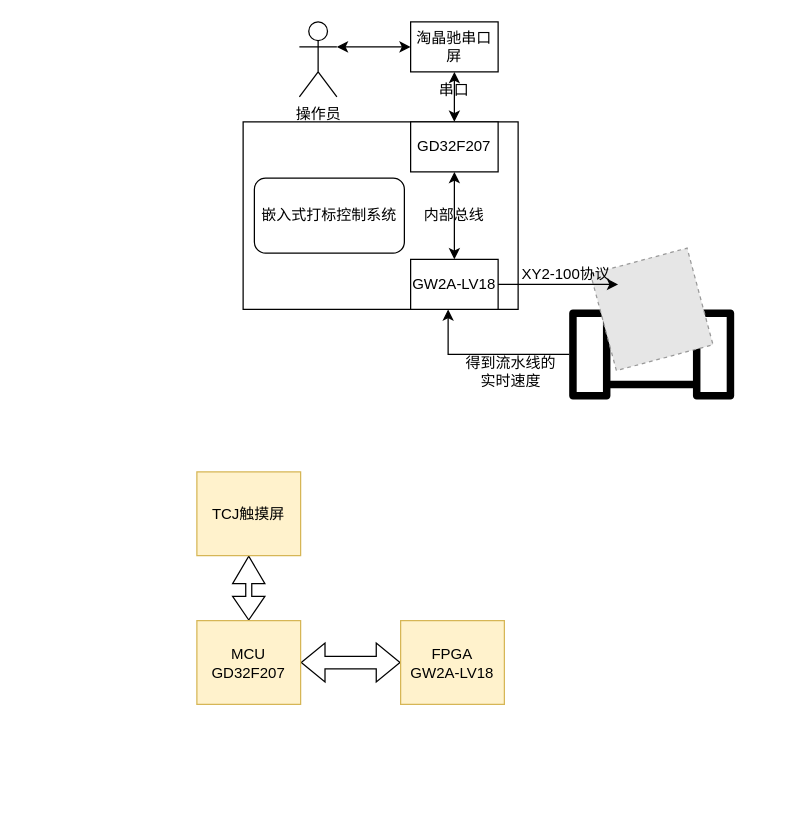
This is img/未命名绘图.drawio from ForestLH/imghost, a draw.io file, before an edit. Source tidied: cells renumbered, new cells numbered last; positions are measured from the earlier drawing's top-left corner, leaving out a move shared by most shapes. Both pictures are drawn from the tidied source at 125%, with x=0, y=0 at pixel (196, 21). Pictures stored in the file or linked from it are replaced by grey dashed boxes.
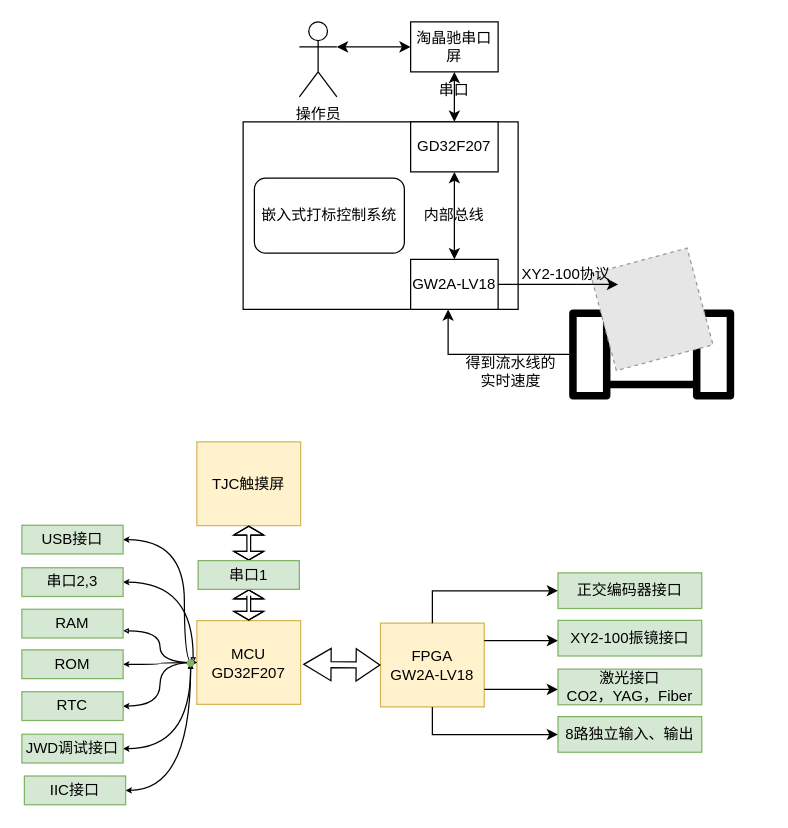
Above is the later version.

Commit message:
更新未命名绘图.drawio

Unchanged cells that the change refers to:
```xml
<mxCell id="22" value="MCU&lt;br&gt;GD32F207" style="rounded=0;whiteSpace=wrap;html=1;fillStyle=auto;strokeColor=#d6b656;strokeWidth=1;fillColor=#fff2cc;" parent="1" vertex="1">
  <mxGeometry y="479" width="83" height="67" as="geometry" />
</mxCell>
```

The edit, as a diff of the source:
```diff
@@
-    <mxCell id="20" style="edgeStyle=orthogonalEdgeStyle;shape=flexArrow;rounded=0;jettySize=auto;html=1;startArrow=classic;startFill=1;width=4.827586206896552;endSize=6.951724137931035;" parent="1" edge="1" source="22" target="23">
-      <mxGeometry relative="1" as="geometry" />
-    </mxCell>
-    <mxCell id="21" style="edgeStyle=orthogonalEdgeStyle;shape=flexArrow;rounded=0;jettySize=auto;html=1;startArrow=classic;startFill=1;" parent="1" edge="1" source="22" target="24">
-      <mxGeometry relative="1" as="geometry" />
-    </mxCell>
+    <mxCell id="25" style="edgeStyle=orthogonalEdgeStyle;curved=1;rounded=0;jettySize=auto;html=1;startArrow=classic;startFill=1;endArrow=block;endFill=0;startSize=2;endSize=2;sourcePerimeterSpacing=0;fillColor=none;entryX=1;entryY=0.75;entryDx=0;entryDy=0;" parent="1" edge="1" source="22" target="42">
+      <mxGeometry relative="1" as="geometry" />
+    </mxCell>
@@
-    <mxCell id="23" value="TCJ触摸屏" style="rounded=0;whiteSpace=wrap;html=1;fillStyle=auto;strokeColor=#d6b656;strokeWidth=1;fillColor=#fff2cc;" parent="1" vertex="1">
-      <mxGeometry y="360" width="83" height="67" as="geometry" />
+    <mxCell id="23" value="TJC触摸屏" style="rounded=0;whiteSpace=wrap;html=1;fillStyle=auto;strokeColor=#d6b656;strokeWidth=1;fillColor=#fff2cc;" parent="1" vertex="1">
+      <mxGeometry y="336" width="83" height="67" as="geometry" />
     </mxCell>
     <mxCell id="24" value="FPGA&lt;br&gt;GW2A-LV18" style="rounded=0;whiteSpace=wrap;html=1;fillStyle=auto;strokeColor=#d6b656;strokeWidth=1;fillColor=#fff2cc;" parent="1" vertex="1">
-      <mxGeometry x="163" y="479" width="83" height="67" as="geometry" />
+      <mxGeometry x="146.9" y="481" width="83" height="67" as="geometry" />
     </mxCell>
+    <mxCell id="26" style="edgeStyle=orthogonalEdgeStyle;shape=flexArrow;rounded=0;jettySize=auto;html=1;startArrow=classic;startFill=1;width=4.827586206896552;endSize=6.951724137931035;exitX=0;exitY=0.5;exitDx=0;exitDy=0;" parent="1" edge="1" source="24">
+      <mxGeometry relative="1" as="geometry">
+        <mxPoint x="85" y="514" as="targetPoint" />
+      </mxGeometry>
+    </mxCell>
+    <mxCell id="27" style="edgeStyle=orthogonalEdgeStyle;rounded=0;jettySize=auto;html=1;startArrow=classic;startFill=1;verticalAlign=top;horizontal=1;endArrow=none;endFill=0;" parent="1" edge="1" source="28" target="24">
+      <mxGeometry relative="1" as="geometry" />
+    </mxCell>
+    <mxCell id="28" value="正交编码器接口" style="rounded=0;whiteSpace=wrap;html=1;fillStyle=auto;strokeColor=#82b366;strokeWidth=1;fillColor=#d5e8d4;" parent="1" vertex="1">
+      <mxGeometry x="288.9" y="440.8" width="115" height="28.5" as="geometry" />
+    </mxCell>
+    <mxCell id="29" style="edgeStyle=orthogonalEdgeStyle;rounded=0;jettySize=auto;html=1;startArrow=classic;startFill=1;endArrow=none;endFill=0;" parent="1" edge="1" source="30" target="24">
+      <mxGeometry relative="1" as="geometry">
+        <Array as="points">
+          <mxPoint x="253.9" y="495" />
+          <mxPoint x="253.9" y="495" />
+        </Array>
+      </mxGeometry>
+    </mxCell>
+    <mxCell id="30" value="XY2-100振镜接口" style="rounded=0;whiteSpace=wrap;html=1;fillStyle=auto;strokeColor=#82b366;strokeWidth=1;fillColor=#d5e8d4;" parent="1" vertex="1">
+      <mxGeometry x="288.9" y="478.8" width="115" height="28.5" as="geometry" />
+    </mxCell>
+    <mxCell id="31" style="edgeStyle=orthogonalEdgeStyle;rounded=0;jettySize=auto;html=1;startArrow=classic;startFill=1;endArrow=none;endFill=0;" parent="1" edge="1" source="32" target="24">
+      <mxGeometry relative="1" as="geometry">
+        <Array as="points">
+          <mxPoint x="249.9" y="534" />
+          <mxPoint x="249.9" y="534" />
+        </Array>
+      </mxGeometry>
+    </mxCell>
+    <mxCell id="32" value="激光接口 &lt;br&gt;CO2，YAG，Fiber" style="rounded=0;whiteSpace=wrap;html=1;fillStyle=auto;strokeColor=#82b366;strokeWidth=1;fillColor=#d5e8d4;" parent="1" vertex="1">
+      <mxGeometry x="288.9" y="517.8" width="115" height="28.5" as="geometry" />
+    </mxCell>
+    <mxCell id="33" style="edgeStyle=orthogonalEdgeStyle;rounded=0;jettySize=auto;html=1;startArrow=classic;startFill=1;endArrow=none;endFill=0;" parent="1" edge="1" source="34" target="24">
+      <mxGeometry relative="1" as="geometry" />
+    </mxCell>
+    <mxCell id="34" value="8路独立输入、输出" style="rounded=0;whiteSpace=wrap;html=1;fillStyle=auto;strokeColor=#82b366;strokeWidth=1;fillColor=#d5e8d4;" parent="1" vertex="1">
+      <mxGeometry x="288.9" y="555.8" width="115" height="28.5" as="geometry" />
+    </mxCell>
+    <mxCell id="35" style="edgeStyle=orthogonalEdgeStyle;curved=1;rounded=0;jettySize=auto;html=1;startArrow=classic;startFill=1;endArrow=block;endFill=0;startSize=2;endSize=2;sourcePerimeterSpacing=0;fillColor=none;entryX=0;entryY=0.5;entryDx=0;entryDy=0;" parent="1" edge="1" source="36" target="22">
+      <mxGeometry relative="1" as="geometry">
+        <Array as="points">
+          <mxPoint x="-10" y="414" />
+          <mxPoint x="-10" y="513" />
+        </Array>
+      </mxGeometry>
+    </mxCell>
+    <mxCell id="36" value="USB接口" style="rounded=0;whiteSpace=wrap;html=1;fillStyle=auto;strokeColor=#82b366;strokeWidth=1;fillColor=#d5e8d4;" parent="1" vertex="1">
+      <mxGeometry x="-140" y="402.7" width="81" height="23" as="geometry" />
+    </mxCell>
+    <mxCell id="37" style="edgeStyle=orthogonalEdgeStyle;shape=flexArrow;rounded=0;jettySize=auto;html=1;startArrow=classic;startFill=1;endArrow=block;endFill=0;fillColor=none;startSize=2;sourcePerimeterSpacing=0;width=3;endSize=2;" parent="1" edge="1" source="39" target="23">
+      <mxGeometry relative="1" as="geometry" />
+    </mxCell>
+    <mxCell id="38" style="edgeStyle=orthogonalEdgeStyle;shape=flexArrow;rounded=0;jettySize=auto;html=1;startArrow=classic;startFill=1;endArrow=block;endFill=0;startSize=2;endSize=2;sourcePerimeterSpacing=0;fillColor=none;width=3;" parent="1" edge="1" source="39" target="22">
+      <mxGeometry relative="1" as="geometry" />
+    </mxCell>
+    <mxCell id="39" value="串口1" style="rounded=0;whiteSpace=wrap;html=1;fillStyle=auto;strokeColor=#82b366;strokeWidth=1;fillColor=#d5e8d4;" parent="1" vertex="1">
+      <mxGeometry x="1" y="431" width="81" height="23" as="geometry" />
+    </mxCell>
+    <mxCell id="40" style="edgeStyle=orthogonalEdgeStyle;curved=1;rounded=0;jettySize=auto;html=1;startArrow=classic;startFill=1;endArrow=block;endFill=0;startSize=2;endSize=2;sourcePerimeterSpacing=0;fillColor=none;" parent="1" edge="1" source="41">
+      <mxGeometry relative="1" as="geometry">
+        <mxPoint x="-3" y="513" as="targetPoint" />
+      </mxGeometry>
+    </mxCell>
+    <mxCell id="41" value="串口2,3" style="rounded=0;whiteSpace=wrap;html=1;fillStyle=auto;strokeColor=#82b366;strokeWidth=1;fillColor=#d5e8d4;" parent="1" vertex="1">
+      <mxGeometry x="-140" y="436.7" width="81" height="23" as="geometry" />
+    </mxCell>
+    <mxCell id="42" value="RAM" style="rounded=0;whiteSpace=wrap;html=1;fillStyle=auto;strokeColor=#82b366;strokeWidth=1;fillColor=#d5e8d4;" parent="1" vertex="1">
+      <mxGeometry x="-140" y="469.9" width="81" height="23" as="geometry" />
+    </mxCell>
+    <mxCell id="43" style="edgeStyle=orthogonalEdgeStyle;curved=1;rounded=0;jettySize=auto;html=1;startArrow=classic;startFill=1;endArrow=block;endFill=0;startSize=2;endSize=2;sourcePerimeterSpacing=0;fillColor=none;" parent="1" edge="1" source="44" target="22">
+      <mxGeometry relative="1" as="geometry" />
+    </mxCell>
+    <mxCell id="44" value="ROM" style="rounded=0;whiteSpace=wrap;html=1;fillStyle=auto;strokeColor=#82b366;strokeWidth=1;fillColor=#d5e8d4;" parent="1" vertex="1">
+      <mxGeometry x="-140" y="502.4" width="81" height="23" as="geometry" />
+    </mxCell>
+    <mxCell id="45" style="edgeStyle=orthogonalEdgeStyle;curved=1;rounded=0;jettySize=auto;html=1;startArrow=classic;startFill=1;endArrow=block;endFill=0;startSize=2;endSize=2;sourcePerimeterSpacing=0;fillColor=none;" parent="1" edge="1" source="46" target="22">
+      <mxGeometry relative="1" as="geometry" />
+    </mxCell>
+    <mxCell id="46" value="RTC" style="rounded=0;whiteSpace=wrap;html=1;fillStyle=auto;strokeColor=#82b366;strokeWidth=1;fillColor=#d5e8d4;" parent="1" vertex="1">
+      <mxGeometry x="-140" y="535.9" width="81" height="23" as="geometry" />
+    </mxCell>
+    <mxCell id="47" style="edgeStyle=orthogonalEdgeStyle;curved=1;rounded=0;jettySize=auto;html=1;startArrow=classic;startFill=1;endArrow=block;endFill=0;startSize=2;endSize=2;sourcePerimeterSpacing=0;fillColor=none;" parent="1" edge="1" source="48" target="51">
+      <mxGeometry relative="1" as="geometry" />
+    </mxCell>
+    <mxCell id="48" value="JWD调试接口" style="rounded=0;whiteSpace=wrap;html=1;fillStyle=auto;strokeColor=#82b366;strokeWidth=1;fillColor=#d5e8d4;" parent="1" vertex="1">
+      <mxGeometry x="-140" y="569.9" width="81" height="23" as="geometry" />
+    </mxCell>
+    <mxCell id="49" style="edgeStyle=orthogonalEdgeStyle;curved=1;rounded=0;jettySize=auto;html=1;startArrow=classic;startFill=1;endArrow=block;endFill=0;startSize=2;endSize=2;sourcePerimeterSpacing=0;fillColor=none;" parent="1" edge="1" source="50" target="51">
+      <mxGeometry relative="1" as="geometry" />
+    </mxCell>
+    <mxCell id="50" value="IIC接口" style="rounded=0;whiteSpace=wrap;html=1;fillStyle=auto;strokeColor=#82b366;strokeWidth=1;fillColor=#d5e8d4;" parent="1" vertex="1">
+      <mxGeometry x="-138" y="603.3" width="81" height="23" as="geometry" />
+    </mxCell>
+    <mxCell id="51" style="shape=waypoint;sketch=0;size=6;points=[];fillColor=#d5e8d4;perimeter=centerPerimeter;snapToPoint=1;strokeColor=#82b366;rounded=0;fillStyle=auto;strokeWidth=1;" parent="1" vertex="1">
+      <mxGeometry x="-25" y="492.9" width="40" height="40" as="geometry" />
+    </mxCell>
```
